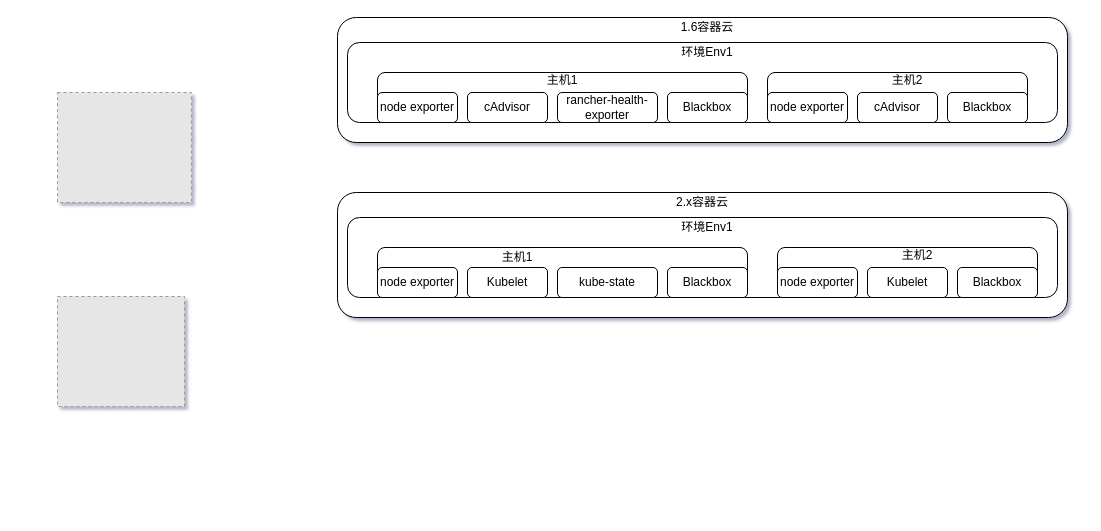
The draw.io diagram clcos-monitoring-deployment.drawio in aiwantaozi/draw, before the edit. Source tidied: cells renumbered, new cells numbered last; positions are measured from the earlier drawing's top-left corner, leaving out a move shared by most shapes. Both pictures are drawn from the tidied source at 100%, with x=0, y=0 at pixel (57, 17). Pictures stored in the file or linked from it are replaced by grey dashed boxes.
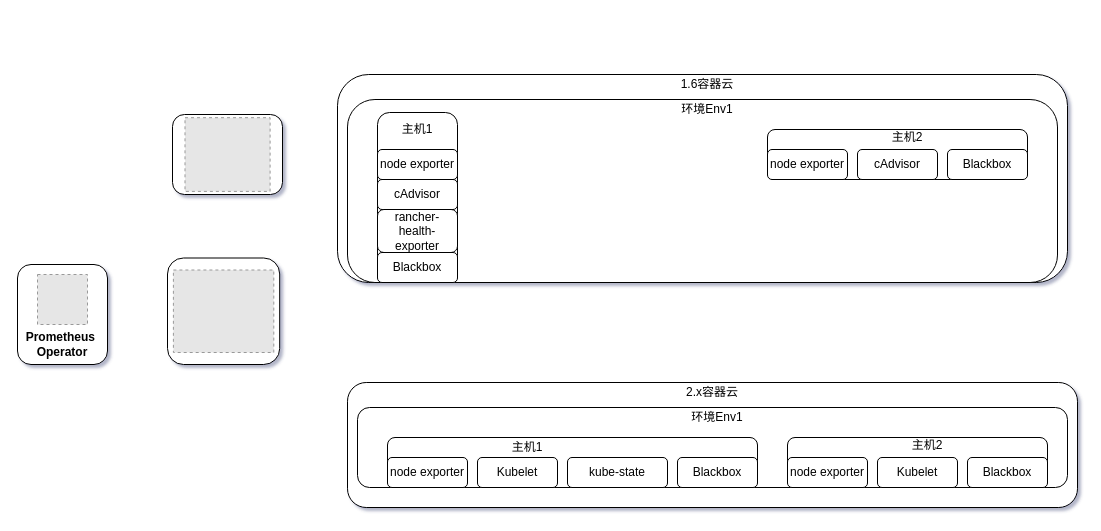
After the change.

Diff of the diagram source:
```diff
@@
-    <mxCell id="2" style="fillColor=#E6E6E6;strokeColor=#999999;dashed=1;verticalLabelPosition=bottom;labelBackgroundColor=#ffffff;verticalAlign=top;" parent="1" vertex="1">
-      <mxGeometry y="75" width="133.9" height="110" as="geometry" />
-    </mxCell>
-    <mxCell id="3" style="fillColor=#E6E6E6;strokeColor=#999999;dashed=1;verticalLabelPosition=bottom;labelBackgroundColor=#ffffff;verticalAlign=top;" parent="1" vertex="1">
-      <mxGeometry y="279" width="127" height="110" as="geometry" />
-    </mxCell>
     <mxCell id="4" style="rounded=1;whiteSpace=wrap;html=1;strokeWidth=1;" parent="1" vertex="1">
-      <mxGeometry x="280" width="730" height="125" as="geometry" />
+      <mxGeometry x="280" y="57" width="730" height="208" as="geometry" />
     </mxCell>
     <mxCell id="5" style="rounded=1;whiteSpace=wrap;html=1;strokeWidth=1;" parent="1" vertex="1">
-      <mxGeometry x="290" y="25" width="710" height="80" as="geometry" />
+      <mxGeometry x="290" y="82" width="710" height="183" as="geometry" />
     </mxCell>
     <mxCell id="6" style="rounded=1;whiteSpace=wrap;html=1;strokeWidth=1;" parent="1" vertex="1">
-      <mxGeometry x="320" y="55" width="370" height="50" as="geometry" />
+      <mxGeometry x="320" y="95" width="80" height="170" as="geometry" />
     </mxCell>
     <mxCell id="7" value="node exporter" style="rounded=1;whiteSpace=wrap;html=1;strokeWidth=1;" parent="1" vertex="1">
-      <mxGeometry x="320" y="75" width="80" height="30" as="geometry" />
+      <mxGeometry x="320" y="132" width="80" height="30" as="geometry" />
     </mxCell>
     <mxCell id="8" value="cAdvisor" style="rounded=1;whiteSpace=wrap;html=1;strokeWidth=1;" parent="1" vertex="1">
-      <mxGeometry x="410" y="75" width="80" height="30" as="geometry" />
+      <mxGeometry x="320" y="162" width="80" height="30" as="geometry" />
     </mxCell>
     <mxCell id="9" value="rancher-health-exporter" style="rounded=1;whiteSpace=wrap;html=1;strokeWidth=1;" parent="1" vertex="1">
-      <mxGeometry x="500" y="75" width="100" height="30" as="geometry" />
+      <mxGeometry x="320" y="192" width="80" height="43" as="geometry" />
     </mxCell>
     <mxCell id="10" style="rounded=1;whiteSpace=wrap;html=1;strokeWidth=1;" parent="1" vertex="1">
-      <mxGeometry x="710" y="55" width="260" height="50" as="geometry" />
+      <mxGeometry x="710" y="112" width="260" height="50" as="geometry" />
     </mxCell>
     <mxCell id="11" value="node exporter" style="rounded=1;whiteSpace=wrap;html=1;strokeWidth=1;" parent="1" vertex="1">
-      <mxGeometry x="710" y="75" width="80" height="30" as="geometry" />
+      <mxGeometry x="710" y="132" width="80" height="30" as="geometry" />
     </mxCell>
     <mxCell id="12" value="cAdvisor" style="rounded=1;whiteSpace=wrap;html=1;strokeWidth=1;" parent="1" vertex="1">
-      <mxGeometry x="800" y="75" width="80" height="30" as="geometry" />
+      <mxGeometry x="800" y="132" width="80" height="30" as="geometry" />
     </mxCell>
     <mxCell id="13" value="1.6容器云" style="text;html=1;strokeColor=none;fillColor=none;align=center;verticalAlign=middle;whiteSpace=wrap;rounded=0;" parent="1" vertex="1">
-      <mxGeometry x="605" width="90" height="20" as="geometry" />
+      <mxGeometry x="605" y="57" width="90" height="20" as="geometry" />
     </mxCell>
     <mxCell id="14" value="环境Env1" style="text;html=1;strokeColor=none;fillColor=none;align=center;verticalAlign=middle;whiteSpace=wrap;rounded=0;" parent="1" vertex="1">
-      <mxGeometry x="605" y="25" width="90" height="20" as="geometry" />
+      <mxGeometry x="605" y="82" width="90" height="20" as="geometry" />
     </mxCell>
     <mxCell id="15" value="主机1" style="text;html=1;strokeColor=none;fillColor=none;align=center;verticalAlign=middle;whiteSpace=wrap;rounded=0;" parent="1" vertex="1">
-      <mxGeometry x="485" y="52.5" width="40" height="20" as="geometry" />
+      <mxGeometry x="340" y="102" width="40" height="20" as="geometry" />
     </mxCell>
     <mxCell id="16" value="主机2" style="text;html=1;strokeColor=none;fillColor=none;align=center;verticalAlign=middle;whiteSpace=wrap;rounded=0;" parent="1" vertex="1">
-      <mxGeometry x="830" y="52.5" width="40" height="20" as="geometry" />
+      <mxGeometry x="830" y="109.5" width="40" height="20" as="geometry" />
     </mxCell>
     <mxCell id="17" style="rounded=1;whiteSpace=wrap;html=1;strokeWidth=1;" parent="1" vertex="1">
-      <mxGeometry x="280" y="175" width="730" height="125" as="geometry" />
+      <mxGeometry x="290" y="365" width="730" height="125" as="geometry" />
     </mxCell>
     <mxCell id="18" style="rounded=1;whiteSpace=wrap;html=1;strokeWidth=1;" parent="1" vertex="1">
-      <mxGeometry x="290" y="200" width="710" height="80" as="geometry" />
+      <mxGeometry x="300" y="390" width="710" height="80" as="geometry" />
     </mxCell>
     <mxCell id="19" style="rounded=1;whiteSpace=wrap;html=1;strokeWidth=1;" parent="1" vertex="1">
-      <mxGeometry x="320" y="230" width="370" height="50" as="geometry" />
+      <mxGeometry x="330" y="420" width="370" height="50" as="geometry" />
     </mxCell>
     <mxCell id="20" value="node exporter" style="rounded=1;whiteSpace=wrap;html=1;strokeWidth=1;" parent="1" vertex="1">
-      <mxGeometry x="320" y="250" width="80" height="30" as="geometry" />
+      <mxGeometry x="330" y="440" width="80" height="30" as="geometry" />
     </mxCell>
     <mxCell id="21" value="Kubelet" style="rounded=1;whiteSpace=wrap;html=1;strokeWidth=1;" parent="1" vertex="1">
-      <mxGeometry x="410" y="250" width="80" height="30" as="geometry" />
+      <mxGeometry x="420" y="440" width="80" height="30" as="geometry" />
     </mxCell>
     <mxCell id="22" value="kube-state" style="rounded=1;whiteSpace=wrap;html=1;strokeWidth=1;" parent="1" vertex="1">
-      <mxGeometry x="500" y="250" width="100" height="30" as="geometry" />
+      <mxGeometry x="510" y="440" width="100" height="30" as="geometry" />
     </mxCell>
     <mxCell id="23" style="rounded=1;whiteSpace=wrap;html=1;strokeWidth=1;" parent="1" vertex="1">
-      <mxGeometry x="720" y="230" width="260" height="50" as="geometry" />
+      <mxGeometry x="730" y="420" width="260" height="50" as="geometry" />
     </mxCell>
     <mxCell id="24" value="node exporter" style="rounded=1;whiteSpace=wrap;html=1;strokeWidth=1;" parent="1" vertex="1">
-      <mxGeometry x="720" y="250" width="80" height="30" as="geometry" />
+      <mxGeometry x="730" y="440" width="80" height="30" as="geometry" />
     </mxCell>
     <mxCell id="25" value="Kubelet" style="rounded=1;whiteSpace=wrap;html=1;strokeWidth=1;" parent="1" vertex="1">
-      <mxGeometry x="810" y="250" width="80" height="30" as="geometry" />
+      <mxGeometry x="820" y="440" width="80" height="30" as="geometry" />
     </mxCell>
     <mxCell id="26" value="2.x容器云" style="text;html=1;strokeColor=none;fillColor=none;align=center;verticalAlign=middle;whiteSpace=wrap;rounded=0;" parent="1" vertex="1">
-      <mxGeometry x="600" y="175" width="90" height="20" as="geometry" />
+      <mxGeometry x="610" y="365" width="90" height="20" as="geometry" />
     </mxCell>
     <mxCell id="27" value="环境Env1" style="text;html=1;strokeColor=none;fillColor=none;align=center;verticalAlign=middle;whiteSpace=wrap;rounded=0;" parent="1" vertex="1">
-      <mxGeometry x="605" y="200" width="90" height="20" as="geometry" />
+      <mxGeometry x="615" y="390" width="90" height="20" as="geometry" />
     </mxCell>
     <mxCell id="28" value="主机1" style="text;html=1;strokeColor=none;fillColor=none;align=center;verticalAlign=middle;whiteSpace=wrap;rounded=0;" parent="1" vertex="1">
-      <mxGeometry x="440" y="230" width="40" height="20" as="geometry" />
+      <mxGeometry x="450" y="420" width="40" height="20" as="geometry" />
     </mxCell>
     <mxCell id="29" value="主机2" style="text;html=1;strokeColor=none;fillColor=none;align=center;verticalAlign=middle;whiteSpace=wrap;rounded=0;" parent="1" vertex="1">
-      <mxGeometry x="840" y="227.5" width="40" height="20" as="geometry" />
+      <mxGeometry x="850" y="417.5" width="40" height="20" as="geometry" />
     </mxCell>
     <mxCell id="30" value="Blackbox" style="rounded=1;whiteSpace=wrap;html=1;strokeWidth=1;" parent="1" vertex="1">
-      <mxGeometry x="610" y="75" width="80" height="30" as="geometry" />
+      <mxGeometry x="320" y="235" width="80" height="30" as="geometry" />
     </mxCell>
     <mxCell id="31" value="Blackbox" style="rounded=1;whiteSpace=wrap;html=1;strokeWidth=1;" parent="1" vertex="1">
-      <mxGeometry x="890" y="75" width="80" height="30" as="geometry" />
+      <mxGeometry x="890" y="132" width="80" height="30" as="geometry" />
     </mxCell>
     <mxCell id="32" value="Blackbox" style="rounded=1;whiteSpace=wrap;html=1;strokeWidth=1;" parent="1" vertex="1">
-      <mxGeometry x="610" y="250" width="80" height="30" as="geometry" />
+      <mxGeometry x="620" y="440" width="80" height="30" as="geometry" />
     </mxCell>
     <mxCell id="33" value="Blackbox" style="rounded=1;whiteSpace=wrap;html=1;strokeWidth=1;" parent="1" vertex="1">
-      <mxGeometry x="900" y="250" width="80" height="30" as="geometry" />
+      <mxGeometry x="910" y="440" width="80" height="30" as="geometry" />
     </mxCell>
+    <mxCell id="34" style="group;" parent="1" vertex="1">
+      <mxGeometry x="-40" y="247" width="90" height="100" as="geometry" />
+    </mxCell>
+    <mxCell id="35" style="rounded=1;whiteSpace=wrap;html=1;strokeWidth=1;" parent="34" vertex="1">
+      <mxGeometry width="90" height="100" as="geometry" />
+    </mxCell>
+    <mxCell id="36" style="fillColor=#E6E6E6;strokeColor=#999999;dashed=1;verticalLabelPosition=bottom;labelBackgroundColor=#ffffff;verticalAlign=top;" parent="34" vertex="1">
+      <mxGeometry x="20" y="10" width="50" height="50" as="geometry" />
+    </mxCell>
+    <mxCell id="37" value="&lt;b&gt;Prometheus&amp;nbsp;&lt;br&gt;Operator&lt;/b&gt;" style="text;html=1;strokeColor=none;fillColor=none;align=center;verticalAlign=middle;whiteSpace=wrap;rounded=0;" parent="34" vertex="1">
+      <mxGeometry x="25" y="70" width="40" height="20" as="geometry" />
+    </mxCell>
+    <mxCell id="38" style="group;" parent="1" vertex="1">
+      <mxGeometry x="110" y="240.5" width="120" height="106.5" as="geometry" />
+    </mxCell>
+    <mxCell id="39" style="rounded=1;whiteSpace=wrap;html=1;strokeWidth=1;" parent="38" vertex="1">
+      <mxGeometry width="112.2" height="106.5" as="geometry" />
+    </mxCell>
+    <mxCell id="2" style="fillColor=#E6E6E6;strokeColor=#999999;dashed=1;verticalLabelPosition=bottom;labelBackgroundColor=#ffffff;verticalAlign=top;" parent="38" vertex="1">
+      <mxGeometry x="5.9" y="12" width="100.4" height="82.5" as="geometry" />
+    </mxCell>
+    <mxCell id="40" style="group;" parent="1" vertex="1">
+      <mxGeometry x="115" y="97" width="110" height="80" as="geometry" />
+    </mxCell>
+    <mxCell id="41" style="rounded=1;whiteSpace=wrap;html=1;strokeWidth=1;" parent="40" vertex="1">
+      <mxGeometry width="110" height="80" as="geometry" />
+    </mxCell>
+    <mxCell id="3" style="fillColor=#E6E6E6;strokeColor=#999999;dashed=1;verticalLabelPosition=bottom;labelBackgroundColor=#ffffff;verticalAlign=top;" parent="40" vertex="1">
+      <mxGeometry x="12.5" y="3.2" width="85.1" height="73.7" as="geometry" />
+    </mxCell>
```
